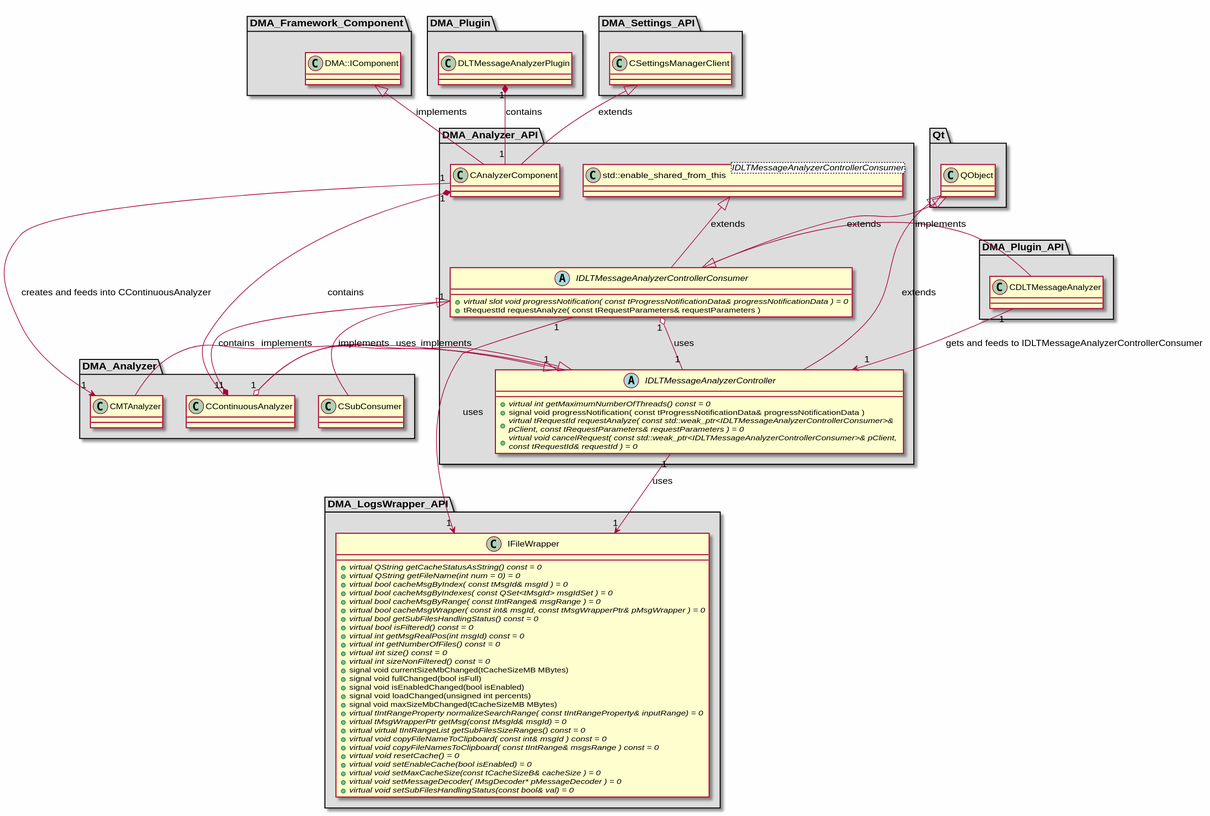
The PlantUML diagram md/dev_docs/puml/DMA_Analyzer_API.svg in svlad-90/DLT-Message-Analyzer, before a commit.
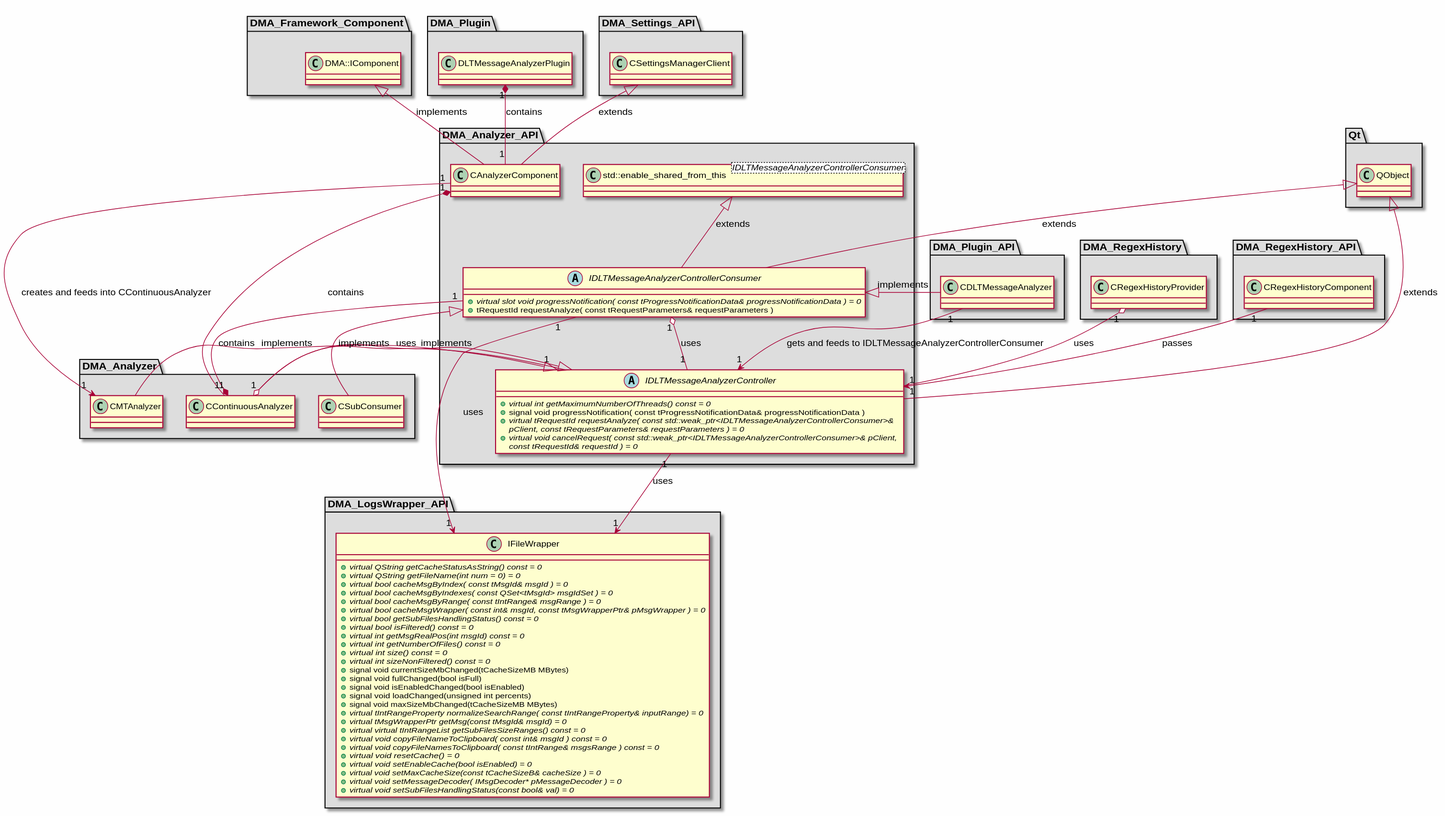
Above is the later version.

Diff of the diagram source:
```diff
@@ -109,6 +109,24 @@
 
 }
 
+package "DMA_RegexHistory" #DDDDDD
+{
+
+class "CRegexHistoryProvider"
+{
+}
+
+}
+
+package "DMA_RegexHistory_API" #DDDDDD
+{
+
+class "CRegexHistoryComponent"
+{
+}
+
+}
+
 package "DMA_Settings_API" #DDDDDD
 {
 
@@ -146,5 +164,7 @@
 IDLTMessageAnalyzerControllerConsumer "1" --> "1" IFileWrapper : uses
 DLTMessageAnalyzerPlugin "1" *-- "1" CAnalyzerComponent : contains
 CDLTMessageAnalyzer "1" --> "1" IDLTMessageAnalyzerController : gets and feeds to IDLTMessageAnalyzerControllerConsumer
+CRegexHistoryProvider "1" o-- "1" IDLTMessageAnalyzerController : uses
+CRegexHistoryComponent "1" --> "1" IDLTMessageAnalyzerController : passes
 
 @enduml
```
